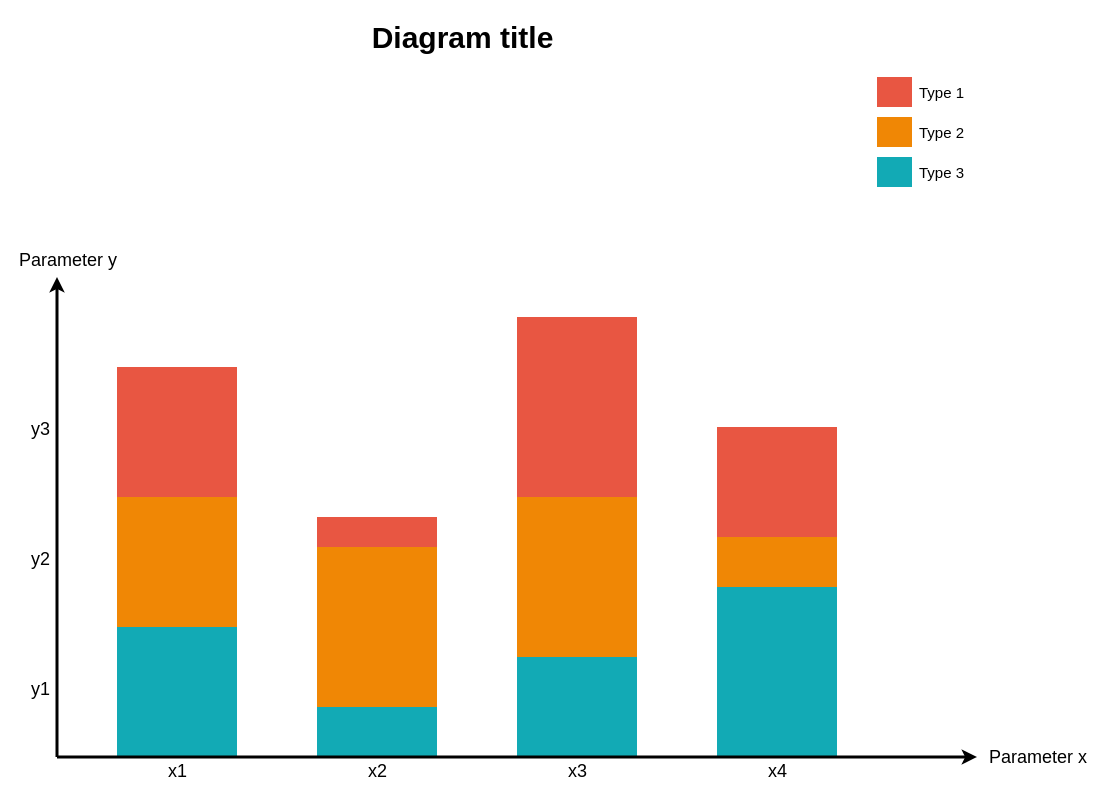
The draw.io diagram IUM/Untitled Diagram.drawio in J0hn3ric/IUM, before the edit. Source tidied: cells renumbered, new cells numbered last; positions are measured from the earlier drawing's top-left corner, leaving out a move shared by most shapes. Both pictures are drawn from the tidied source at 100%, with x=0, y=0 at pixel (17, 16).
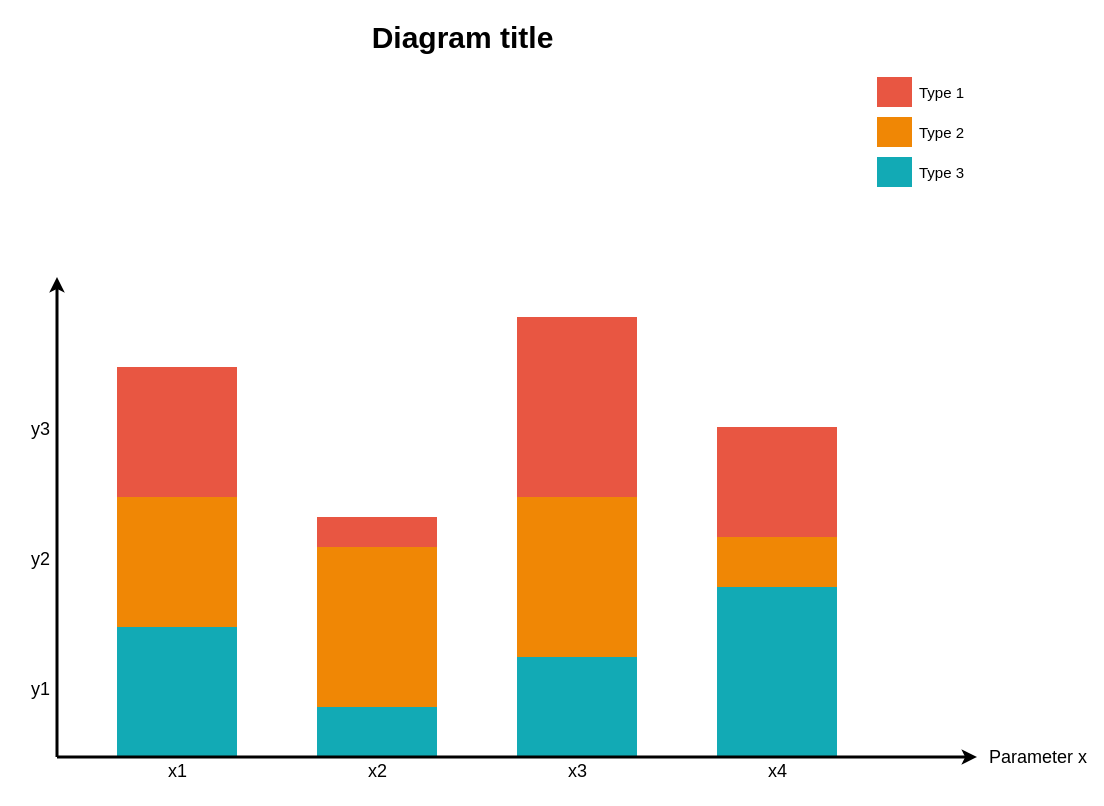
Above is the later version.

What changed in the source:
```diff
@@
-    <mxCell id="24" value="Parameter y" style="text;spacingTop=-5;html=1;fontSize=18;fontStyle=0;" parent="1" vertex="1">
-      <mxGeometry x="-0.5" y="231.5" width="80" height="20" as="geometry" />
-    </mxCell>
```
